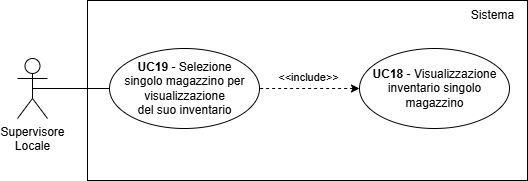
Earlier version of the draw.io export documents/rtb/assets/UC19.png (teamcodealchemists/docs). Source tidied: cells renumbered, new cells last; positions are measured from the earlier drawing's top-left corner, leaving out a move shared by most shapes.
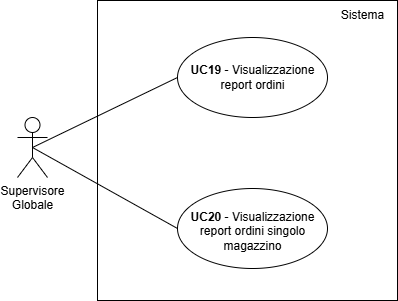
The same diagram one commit later.

Change to the diagram source:
```diff
@@ -1,38 +1,33 @@
 <mxGraphModel>
   <root>
-    <mxCell id="0" />
-    <mxCell id="1" parent="0" />
-    <mxCell id="2" value="Supervisore&lt;div&gt;Locale&lt;/div&gt;" style="shape=umlActor;verticalLabelPosition=bottom;verticalAlign=top;html=1;outlineConnect=0;" parent="1" vertex="1">
-      <mxGeometry y="58" width="30" height="60" as="geometry" />
-    </mxCell>
-    <mxCell id="3" style="rounded=0;whiteSpace=wrap;html=1;" parent="1" vertex="1">
-      <mxGeometry x="70" width="440" height="180" as="geometry" />
-    </mxCell>
-    <mxCell id="4" style="ellipse;whiteSpace=wrap;html=1;fontStyle=1;" parent="1" vertex="1">
-      <mxGeometry x="92" y="48" width="150" height="80" as="geometry" />
-    </mxCell>
-    <mxCell id="5" value="&lt;b&gt;UC19&amp;nbsp;&lt;/b&gt;- Selezione&lt;div&gt;singolo&amp;nbsp;&lt;span style=&quot;background-color: transparent; color: light-dark(rgb(0, 0, 0), rgb(255, 255, 255));&quot;&gt;magazzino per&lt;/span&gt;&lt;div&gt;visualizzazione&lt;/div&gt;&lt;div&gt;&lt;span style=&quot;background-color: transparent; color: light-dark(rgb(0, 0, 0), rgb(255, 255, 255));&quot;&gt;del suo inventario&lt;/span&gt;&lt;/div&gt;&lt;/div&gt;" style="text;html=1;align=center;verticalAlign=middle;strokeColor=none;fillColor=none;" parent="1" vertex="1">
-      <mxGeometry x="97" y="53" width="140" height="70" as="geometry" />
-    </mxCell>
-    <mxCell id="6" style="endArrow=none;html=1;rounded=0;entryX=0;entryY=0.5;entryDx=0;entryDy=0;exitX=0.5;exitY=0.5;exitDx=0;exitDy=0;exitPerimeter=0;" parent="1" edge="1" source="2" target="4">
-      <mxGeometry relative="1" as="geometry" />
-    </mxCell>
-    <mxCell id="7" style="edgeStyle=orthogonalEdgeStyle;rounded=0;jettySize=auto;html=1;entryX=1;entryY=0.5;entryDx=0;entryDy=0;dashed=1;startArrow=classic;startFill=1;endArrow=none;" parent="1" edge="1" source="9" target="4">
-      <mxGeometry relative="1" as="geometry" />
-    </mxCell>
-    <mxCell id="8" value="&amp;lt;&amp;lt;include&amp;gt;&amp;gt;" style="edgeLabel;html=1;align=center;verticalAlign=middle;" parent="7" vertex="1">
-      <mxGeometry x="-0.17" y="-3" relative="1" as="geometry">
-        <mxPoint x="-11" y="-9" as="offset" />
-      </mxGeometry>
-    </mxCell>
-    <mxCell id="9" style="ellipse;whiteSpace=wrap;html=1;fontStyle=1;" parent="1" vertex="1">
-      <mxGeometry x="342" y="48" width="150" height="80" as="geometry" />
-    </mxCell>
-    <mxCell id="10" value="&lt;b&gt;UC18&amp;nbsp;&lt;/b&gt;- Visualizzazione&lt;div&gt;inventario&amp;nbsp;&lt;span style=&quot;background-color: transparent; color: light-dark(rgb(0, 0, 0), rgb(255, 255, 255));&quot;&gt;singolo&lt;/span&gt;&lt;/div&gt;&lt;div&gt;&lt;span style=&quot;background-color: transparent; color: light-dark(rgb(0, 0, 0), rgb(255, 255, 255));&quot;&gt;magazzino&lt;/span&gt;&lt;/div&gt;" style="text;html=1;align=center;verticalAlign=middle;strokeColor=none;fillColor=none;" parent="1" vertex="1">
-      <mxGeometry x="342" y="58" width="150" height="60" as="geometry" />
-    </mxCell>
+    <mxCell id="12" />
+    <mxCell id="13" parent="12" />
+    <mxCell id="14" value="Supervisore&lt;div&gt;Globale&lt;/div&gt;" style="shape=umlActor;verticalLabelPosition=bottom;verticalAlign=top;html=1;outlineConnect=0;" parent="13" vertex="1">
+      <mxGeometry x="130" y="117" width="30" height="60" as="geometry" />
+    </mxCell>
+    <mxCell id="15" style="rounded=0;whiteSpace=wrap;html=1;" parent="13" vertex="1">
+      <mxGeometry x="210" width="300" height="300" as="geometry" />
+    </mxCell>
+    <mxCell id="16" style="ellipse;whiteSpace=wrap;html=1;fontStyle=1;" parent="13" vertex="1">
+      <mxGeometry x="290" y="37" width="150" height="80" as="geometry" />
+    </mxCell>
+    <mxCell id="17" value="&lt;b&gt;UC19&amp;nbsp;&lt;/b&gt;- Visualizzazione&lt;div&gt;report ordini&lt;/div&gt;" style="text;html=1;align=center;verticalAlign=middle;strokeColor=none;fillColor=none;" parent="13" vertex="1">
+      <mxGeometry x="290" y="57" width="150" height="40" as="geometry" />
+    </mxCell>
+    <mxCell id="18" style="endArrow=none;html=1;rounded=0;entryX=0;entryY=0.5;entryDx=0;entryDy=0;exitX=0.5;exitY=0.5;exitDx=0;exitDy=0;exitPerimeter=0;" parent="13" edge="1" source="14" target="16">
+      <mxGeometry relative="1" as="geometry" />
+    </mxCell>
+    <mxCell id="19" style="ellipse;whiteSpace=wrap;html=1;fontStyle=1;" parent="13" vertex="1">
+      <mxGeometry x="290" y="188" width="150" height="80" as="geometry" />
+    </mxCell>
+    <mxCell id="20" value="&lt;b&gt;UC20&amp;nbsp;&lt;/b&gt;- Visualizzazione&lt;div&gt;report&amp;nbsp;&lt;span style=&quot;background-color: transparent; color: light-dark(rgb(0, 0, 0), rgb(255, 255, 255));&quot;&gt;ordini singolo&lt;/span&gt;&lt;/div&gt;&lt;div&gt;&lt;span style=&quot;background-color: transparent; color: light-dark(rgb(0, 0, 0), rgb(255, 255, 255));&quot;&gt;magazzino&lt;/span&gt;&lt;/div&gt;" style="text;html=1;align=center;verticalAlign=middle;strokeColor=none;fillColor=none;" parent="13" vertex="1">
+      <mxGeometry x="290" y="201" width="150" height="60" as="geometry" />
+    </mxCell>
-    <mxCell id="11" value="Sistema" style="text;html=1;align=center;verticalAlign=middle;strokeColor=none;fillColor=none;" parent="1" vertex="1">
+    <mxCell id="11" value="Sistema" style="text;html=1;align=center;verticalAlign=middle;strokeColor=none;fillColor=none;" parent="13" vertex="1">
       <mxGeometry x="440" width="70" height="30" as="geometry" />
     </mxCell>
+    <mxCell id="21" style="endArrow=none;html=1;rounded=0;entryX=0;entryY=0.5;entryDx=0;entryDy=0;exitX=0.5;exitY=0.5;exitDx=0;exitDy=0;exitPerimeter=0;" parent="13" edge="1" source="14" target="19">
+      <mxGeometry relative="1" as="geometry" />
+    </mxCell>
   </root>
 </mxGraphModel>
```
